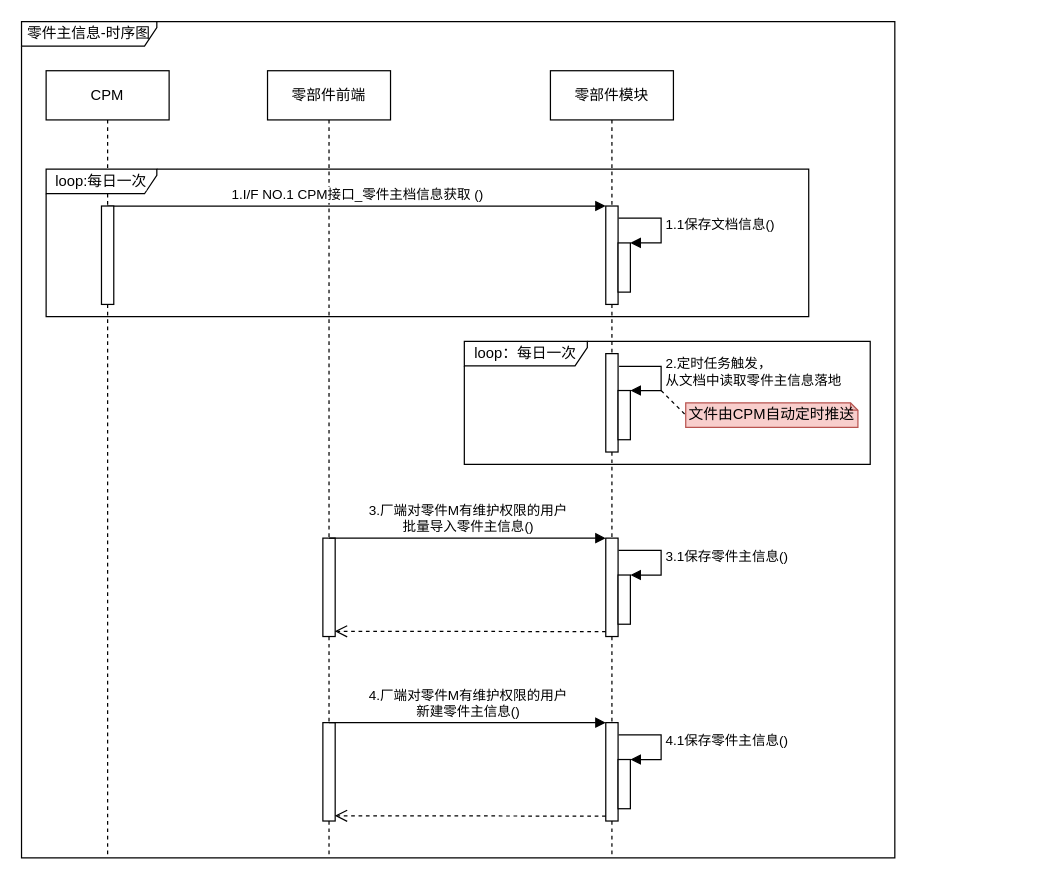
The draw.io diagram page "时序图" (1 of 4) of 零件主信息.drawio in 1132489442/gitRepository1, before the edit. Source tidied: cells renumbered, new cells numbered last; positions are measured from the earlier drawing's top-left corner, leaving out a move shared by most shapes. Both pictures are drawn from the tidied source at 123%, with x=0, y=0 at pixel (21, 21).
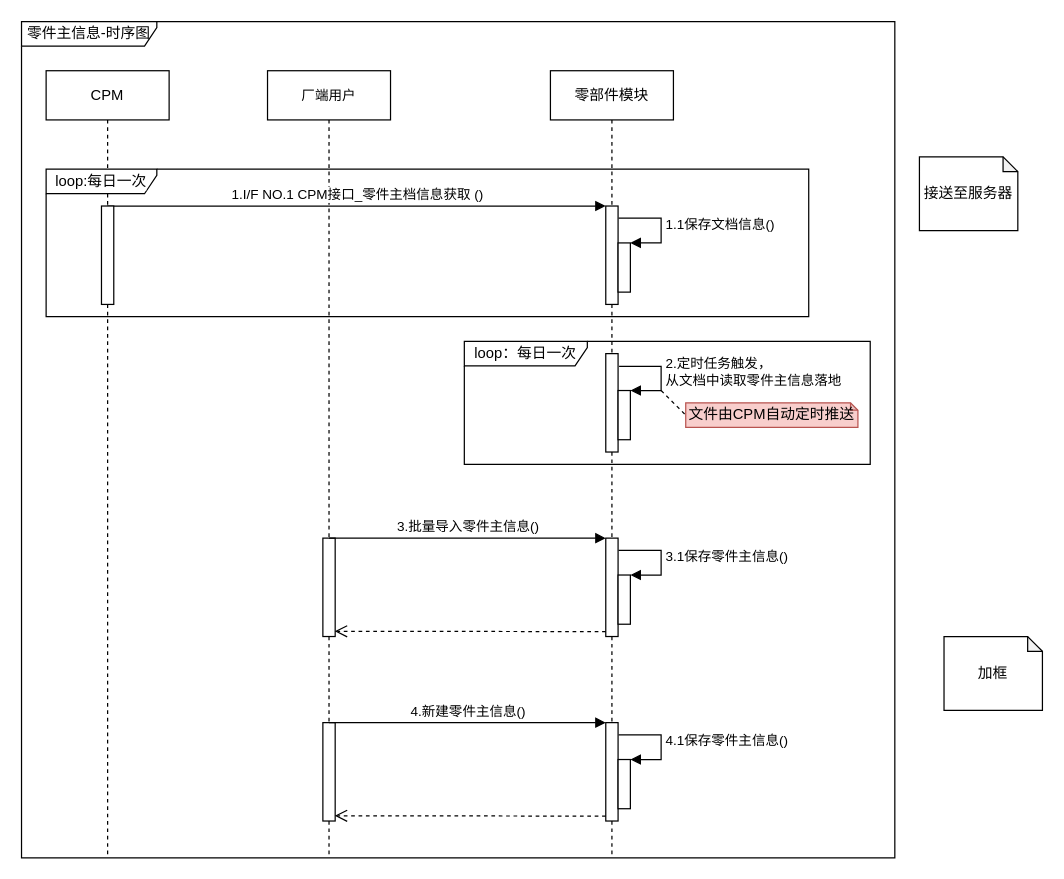
Above is the later version.

The change refers to these unchanged cells:
```xml
<mxCell id="6" style="html=1;points=[];perimeter=orthogonalPerimeter;" parent="2" vertex="1">
  <mxGeometry x="45" y="380" width="10" height="80" as="geometry" />
</mxCell>
<mxCell id="15" style="html=1;points=[];perimeter=orthogonalPerimeter;" parent="1" vertex="1">
  <mxGeometry x="475" y="570" width="10" height="80" as="geometry" />
</mxCell>
```

Diff of the diagram source:
```diff
@@
-    <mxCell id="9" value="零部件前端" style="shape=umlLifeline;perimeter=lifelinePerimeter;whiteSpace=wrap;html=1;" parent="1" vertex="1">
+    <mxCell id="9" value="&lt;span style=&quot;font-size: 11px ; background-color: rgb(255 , 255 , 255)&quot;&gt;厂端用户&lt;/span&gt;" style="shape=umlLifeline;perimeter=lifelinePerimeter;whiteSpace=wrap;html=1;" parent="1" vertex="1">
       <mxGeometry x="200" y="40" width="100" height="640" as="geometry" />
     </mxCell>
@@
-    <mxCell id="13" value="3.厂端对零件M有维护权限的用户&lt;br&gt;批量导入零件主信息()" style="html=1;verticalAlign=bottom;endArrow=block;entryX=0;entryY=0;rounded=0;" parent="1" edge="1" target="6">
+    <mxCell id="13" value="3.批量导入零件主信息()" style="html=1;verticalAlign=bottom;endArrow=block;entryX=0;entryY=0;rounded=0;" parent="1" edge="1" target="6">
       <mxGeometry relative="1" as="geometry">
         <mxPoint x="250" y="420" as="sourcePoint" />
       </mxGeometry>
     </mxCell>
@@
-    <mxCell id="19" value="4.厂端对零件M有维护权限的用户&lt;br&gt;新建零件主信息()" style="html=1;verticalAlign=bottom;endArrow=block;entryX=0;entryY=0;rounded=0;" parent="1" edge="1" target="15">
+    <mxCell id="19" value="4.新建零件主信息()" style="html=1;verticalAlign=bottom;endArrow=block;entryX=0;entryY=0;rounded=0;" parent="1" edge="1" target="15">
       <mxGeometry relative="1" as="geometry">
         <mxPoint x="250" y="570" as="sourcePoint" />
       </mxGeometry>
     </mxCell>
@@
+    <mxCell id="30" value="接送至服务器" style="shape=note;whiteSpace=wrap;html=1;backgroundOutline=1;darkOpacity=0.05;labelBackgroundColor=#FFFFFF;fillColor=#FFFFFF;size=12;" parent="1" vertex="1">
+      <mxGeometry x="730" y="110" width="80" height="60" as="geometry" />
+    </mxCell>
+    <mxCell id="31" value="加框" style="shape=note;whiteSpace=wrap;html=1;backgroundOutline=1;darkOpacity=0.05;labelBackgroundColor=#FFFFFF;fillColor=#FFFFFF;size=12;" parent="1" vertex="1">
+      <mxGeometry x="750" y="500" width="80" height="60" as="geometry" />
+    </mxCell>
```
